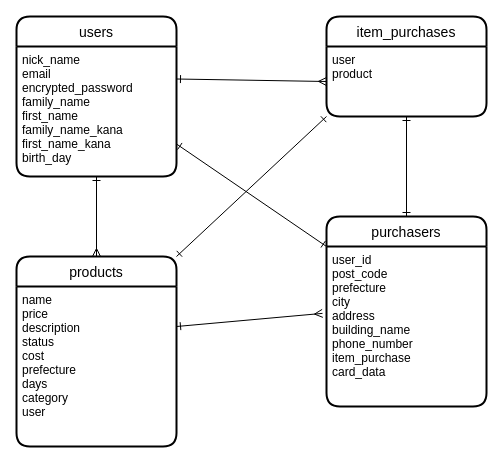
Before: app/furima.dio in shingi-yamamoto/furima-38175, a draw.io diagram. Source tidied: cells renumbered, new cells numbered last; positions are measured from the earlier drawing's top-left corner, leaving out a move shared by most shapes. Both pictures are drawn from the tidied source at 100%, with x=0, y=0 at pixel (16, 16).
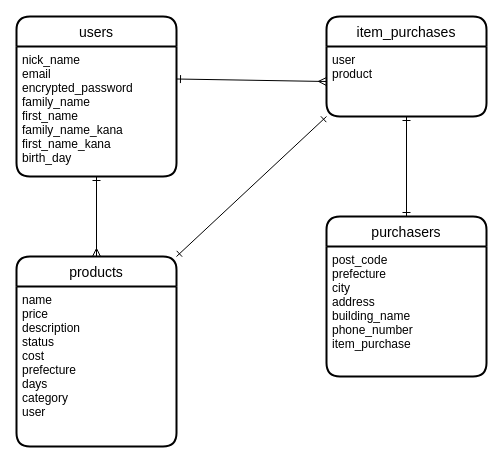
After the change.

Change to the diagram source:
```diff
@@
 <mxGraphModel>
   <root>
     <mxCell id="0" />
     <mxCell id="1" parent="0" />
     <mxCell id="2" value="users" style="swimlane;horizontal=1;startSize=30;rounded=1;fontSize=14;fontStyle=0;strokeWidth=2;shadow=0;dashed=0;align=center;" parent="1" vertex="1">
       <mxGeometry width="160" height="160" as="geometry" />
     </mxCell>
     <mxCell id="3" value="nick_name&#10;email&#10;encrypted_password&#10;family_name&#10;first_name&#10;family_name_kana&#10;first_name_kana&#10;birth_day" style="align=left;strokeColor=none;fillColor=none;spacingLeft=4;fontSize=12;verticalAlign=top;" parent="2" vertex="1">
       <mxGeometry y="30" width="160" height="130" as="geometry" />
     </mxCell>
     <mxCell id="4" value="item_purchases" style="swimlane;horizontal=1;startSize=30;rounded=1;fontSize=14;fontStyle=0;strokeWidth=2;shadow=0;dashed=0;align=center;" parent="1" vertex="1">
       <mxGeometry x="310" width="160" height="100" as="geometry" />
     </mxCell>
     <mxCell id="5" value="user&#10;product&#10;" style="align=left;strokeColor=none;fillColor=none;spacingLeft=4;fontSize=12;verticalAlign=top;" parent="4" vertex="1">
       <mxGeometry y="30" width="160" height="70" as="geometry" />
     </mxCell>
     <mxCell id="6" style="edgeStyle=none;html=1;exitX=1;exitY=0.25;exitDx=0;exitDy=0;entryX=0;entryY=0.5;entryDx=0;entryDy=0;endArrow=ERmany;endFill=0;startArrow=ERone;startFill=0;" parent="1" edge="1" source="3" target="5">
       <mxGeometry relative="1" as="geometry" />
     </mxCell>
     <mxCell id="7" value="purchasers" style="swimlane;horizontal=1;startSize=30;rounded=1;fontSize=14;fontStyle=0;strokeWidth=2;shadow=0;dashed=0;align=center;" parent="1" vertex="1">
-      <mxGeometry x="310" y="200" width="160" height="190" as="geometry" />
+      <mxGeometry x="310" y="200" width="160" height="160" as="geometry" />
     </mxCell>
-    <mxCell id="8" value="user_id&#10;post_code&#10;prefecture&#10;city&#10;address&#10;building_name&#10;phone_number&#10;item_purchase&#10;card_data&#10;" style="align=left;strokeColor=none;fillColor=none;spacingLeft=4;fontSize=12;verticalAlign=top;" parent="7" vertex="1">
-      <mxGeometry y="30" width="160" height="160" as="geometry" />
+    <mxCell id="8" value="post_code&#10;prefecture&#10;city&#10;address&#10;building_name&#10;phone_number&#10;item_purchase&#10;" style="align=left;strokeColor=none;fillColor=none;spacingLeft=4;fontSize=12;verticalAlign=top;" parent="7" vertex="1">
+      <mxGeometry y="30" width="160" height="130" as="geometry" />
     </mxCell>
     <mxCell id="9" value="products" style="swimlane;horizontal=1;startSize=30;rounded=1;fontSize=14;fontStyle=0;strokeWidth=2;shadow=0;dashed=0;align=center;" parent="1" vertex="1">
       <mxGeometry y="240" width="160" height="190" as="geometry" />
     </mxCell>
     <mxCell id="10" value="name&#10;price&#10;description&#10;status&#10;cost&#10;prefecture&#10;days&#10;category&#10;user&#10;&#10;&#10;" style="align=left;strokeColor=none;fillColor=none;spacingLeft=4;fontSize=12;verticalAlign=top;" parent="9" vertex="1">
       <mxGeometry y="30" width="160" height="160" as="geometry" />
     </mxCell>
     <mxCell id="11" style="edgeStyle=none;html=1;exitX=0.5;exitY=1;exitDx=0;exitDy=0;entryX=0.5;entryY=0;entryDx=0;entryDy=0;startArrow=ERone;startFill=0;endArrow=ERmany;endFill=0;" parent="1" edge="1" source="3" target="9">
       <mxGeometry relative="1" as="geometry" />
     </mxCell>
     <mxCell id="12" style="edgeStyle=none;html=1;exitX=0;exitY=1;exitDx=0;exitDy=0;entryX=1;entryY=0;entryDx=0;entryDy=0;startArrow=ERone;startFill=0;endArrow=ERone;endFill=0;" parent="1" edge="1" source="5" target="9">
       <mxGeometry relative="1" as="geometry" />
     </mxCell>
     <mxCell id="13" style="edgeStyle=none;html=1;exitX=0.5;exitY=1;exitDx=0;exitDy=0;entryX=0.5;entryY=0;entryDx=0;entryDy=0;startArrow=ERone;startFill=0;endArrow=ERone;endFill=0;" parent="1" edge="1" source="5" target="7">
       <mxGeometry relative="1" as="geometry" />
     </mxCell>
-    <mxCell id="14" style="edgeStyle=none;html=1;exitX=1;exitY=0.25;exitDx=0;exitDy=0;entryX=-0.025;entryY=0.418;entryDx=0;entryDy=0;entryPerimeter=0;startArrow=ERone;startFill=0;endArrow=ERmany;endFill=0;" parent="1" edge="1" source="10" target="8">
-      <mxGeometry relative="1" as="geometry" />
-    </mxCell>
-    <mxCell id="15" style="edgeStyle=none;html=1;exitX=0;exitY=0;exitDx=0;exitDy=0;entryX=1;entryY=0.75;entryDx=0;entryDy=0;startArrow=ERone;startFill=0;endArrow=ERone;endFill=0;" parent="1" edge="1" source="8" target="3">
-      <mxGeometry relative="1" as="geometry" />
-    </mxCell>
   </root>
 </mxGraphModel>
```
